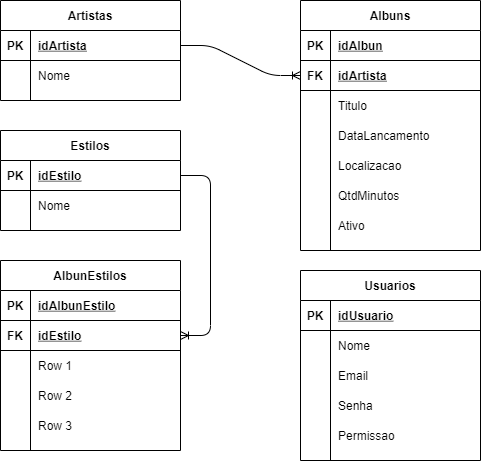
Earlier version of the draw.io export Spint_1-BancoDeDados/exercicios/1.4-exercicio-optus/01_modelagem_conceitual-logico-logico.png.png (Meuniki/Senai-Dev). Source tidied: cells renumbered, new cells last; positions are measured from the earlier drawing's top-left corner, leaving out a move shared by most shapes. The source it was exported from:
```xml
<mxGraphModel>
  <root>
    <mxCell id="0" />
    <mxCell id="1" parent="0" />
    <mxCell id="2" value="Artistas" style="shape=table;startSize=30;rowLines=0;fontStyle=1;align=center;" parent="1" vertex="1">
      <mxGeometry width="180" height="100" as="geometry" />
    </mxCell>
    <mxCell id="3" style="shape=partialRectangle;fillColor=none;top=0;left=0;bottom=1;right=0;points=[[0,0.5],[1,0.5]];portConstraint=eastwest;" parent="2" vertex="1">
      <mxGeometry y="30" width="180" height="30" as="geometry" />
    </mxCell>
    <mxCell id="4" value="PK" style="shape=partialRectangle;fillColor=none;top=0;left=0;bottom=0;right=0;fontStyle=1;overflow=hidden;" parent="3" vertex="1">
      <mxGeometry width="30" height="30" as="geometry" />
    </mxCell>
    <mxCell id="5" value="idArtista" style="shape=partialRectangle;fillColor=none;top=0;left=0;bottom=0;right=0;align=left;spacingLeft=6;fontStyle=5;overflow=hidden;" parent="3" vertex="1">
      <mxGeometry x="30" width="150" height="30" as="geometry" />
    </mxCell>
    <mxCell id="6" style="shape=partialRectangle;fillColor=none;top=0;left=0;bottom=0;right=0;" parent="2" vertex="1">
      <mxGeometry y="60" width="180" height="30" as="geometry" />
    </mxCell>
    <mxCell id="7" style="shape=partialRectangle;fillColor=none;top=0;left=0;bottom=0;right=0;overflow=hidden;" parent="6" vertex="1">
      <mxGeometry width="30" height="30" as="geometry" />
    </mxCell>
    <mxCell id="8" value="Nome" style="shape=partialRectangle;fillColor=none;top=0;left=0;bottom=0;right=0;align=left;spacingLeft=6;overflow=hidden;" parent="6" vertex="1">
      <mxGeometry x="30" width="150" height="30" as="geometry" />
    </mxCell>
    <mxCell id="9" value="AlbunEstilos" style="shape=table;startSize=30;rowLines=0;fontStyle=1;align=center;" parent="1" vertex="1">
      <mxGeometry y="260" width="180" height="190" as="geometry" />
    </mxCell>
    <mxCell id="10" style="shape=partialRectangle;fillColor=none;top=0;left=0;bottom=1;right=0;points=[[0,0.5],[1,0.5]];portConstraint=eastwest;" parent="9" vertex="1">
      <mxGeometry y="30" width="180" height="30" as="geometry" />
    </mxCell>
    <mxCell id="11" value="PK" style="shape=partialRectangle;fillColor=none;top=0;left=0;bottom=0;right=0;fontStyle=1;overflow=hidden;" parent="10" vertex="1">
      <mxGeometry width="30" height="30" as="geometry" />
    </mxCell>
    <mxCell id="12" value="idAlbunEstilo" style="shape=partialRectangle;fillColor=none;top=0;left=0;bottom=0;right=0;align=left;spacingLeft=6;fontStyle=5;overflow=hidden;" parent="10" vertex="1">
      <mxGeometry x="30" width="150" height="30" as="geometry" />
    </mxCell>
    <mxCell id="13" style="shape=partialRectangle;fillColor=none;top=0;left=0;bottom=1;right=0;points=[[0,0.5],[1,0.5]];portConstraint=eastwest;" parent="9" vertex="1">
      <mxGeometry y="60" width="180" height="30" as="geometry" />
    </mxCell>
    <mxCell id="14" value="FK" style="shape=partialRectangle;fillColor=none;top=0;left=0;bottom=0;right=0;fontStyle=1;overflow=hidden;" parent="13" vertex="1">
      <mxGeometry width="30" height="30" as="geometry" />
    </mxCell>
    <mxCell id="15" value="idEstilo" style="shape=partialRectangle;fillColor=none;top=0;left=0;bottom=0;right=0;align=left;spacingLeft=6;fontStyle=5;overflow=hidden;" parent="13" vertex="1">
      <mxGeometry x="30" width="150" height="30" as="geometry" />
    </mxCell>
    <mxCell id="16" style="shape=partialRectangle;fillColor=none;top=0;left=0;bottom=0;right=0;" parent="9" vertex="1">
      <mxGeometry y="90" width="180" height="30" as="geometry" />
    </mxCell>
    <mxCell id="17" style="shape=partialRectangle;fillColor=none;top=0;left=0;bottom=0;right=0;overflow=hidden;" parent="16" vertex="1">
      <mxGeometry width="30" height="30" as="geometry" />
    </mxCell>
    <mxCell id="18" value="Row 1" style="shape=partialRectangle;fillColor=none;top=0;left=0;bottom=0;right=0;align=left;spacingLeft=6;overflow=hidden;" parent="16" vertex="1">
      <mxGeometry x="30" width="150" height="30" as="geometry" />
    </mxCell>
    <mxCell id="19" style="shape=partialRectangle;fillColor=none;top=0;left=0;bottom=0;right=0;" parent="9" vertex="1">
      <mxGeometry y="120" width="180" height="30" as="geometry" />
    </mxCell>
    <mxCell id="20" style="shape=partialRectangle;fillColor=none;top=0;left=0;bottom=0;right=0;overflow=hidden;" parent="19" vertex="1">
      <mxGeometry width="30" height="30" as="geometry" />
    </mxCell>
    <mxCell id="21" value="Row 2" style="shape=partialRectangle;fillColor=none;top=0;left=0;bottom=0;right=0;align=left;spacingLeft=6;overflow=hidden;" parent="19" vertex="1">
      <mxGeometry x="30" width="150" height="30" as="geometry" />
    </mxCell>
    <mxCell id="22" style="shape=partialRectangle;fillColor=none;top=0;left=0;bottom=0;right=0;" parent="9" vertex="1">
      <mxGeometry y="150" width="180" height="30" as="geometry" />
    </mxCell>
    <mxCell id="23" style="shape=partialRectangle;fillColor=none;top=0;left=0;bottom=0;right=0;overflow=hidden;" parent="22" vertex="1">
      <mxGeometry width="30" height="30" as="geometry" />
    </mxCell>
    <mxCell id="24" value="Row 3" style="shape=partialRectangle;fillColor=none;top=0;left=0;bottom=0;right=0;align=left;spacingLeft=6;overflow=hidden;" parent="22" vertex="1">
      <mxGeometry x="30" width="150" height="30" as="geometry" />
    </mxCell>
    <mxCell id="25" value="Estilos" style="shape=table;startSize=30;rowLines=0;fontStyle=1;align=center;" parent="1" vertex="1">
      <mxGeometry y="130" width="180" height="100" as="geometry" />
    </mxCell>
    <mxCell id="26" style="shape=partialRectangle;fillColor=none;top=0;left=0;bottom=1;right=0;points=[[0,0.5],[1,0.5]];portConstraint=eastwest;" parent="25" vertex="1">
      <mxGeometry y="30" width="180" height="30" as="geometry" />
    </mxCell>
    <mxCell id="27" value="PK" style="shape=partialRectangle;fillColor=none;top=0;left=0;bottom=0;right=0;fontStyle=1;overflow=hidden;" parent="26" vertex="1">
      <mxGeometry width="30" height="30" as="geometry" />
    </mxCell>
    <mxCell id="28" value="idEstilo" style="shape=partialRectangle;fillColor=none;top=0;left=0;bottom=0;right=0;align=left;spacingLeft=6;fontStyle=5;overflow=hidden;" parent="26" vertex="1">
      <mxGeometry x="30" width="150" height="30" as="geometry" />
    </mxCell>
    <mxCell id="29" style="shape=partialRectangle;fillColor=none;top=0;left=0;bottom=0;right=0;" parent="25" vertex="1">
      <mxGeometry y="60" width="180" height="30" as="geometry" />
    </mxCell>
    <mxCell id="30" style="shape=partialRectangle;fillColor=none;top=0;left=0;bottom=0;right=0;overflow=hidden;" parent="29" vertex="1">
      <mxGeometry width="30" height="30" as="geometry" />
    </mxCell>
    <mxCell id="31" value="Nome" style="shape=partialRectangle;fillColor=none;top=0;left=0;bottom=0;right=0;align=left;spacingLeft=6;overflow=hidden;" parent="29" vertex="1">
      <mxGeometry x="30" width="150" height="30" as="geometry" />
    </mxCell>
    <mxCell id="32" style="edgeStyle=entityRelationEdgeStyle;fontSize=12;html=1;endArrow=ERoneToMany;" parent="1" edge="1" source="26" target="13">
      <mxGeometry relative="1" as="geometry" />
    </mxCell>
    <mxCell id="33" value="Albuns" style="shape=table;startSize=30;rowLines=0;fontStyle=1;align=center;" parent="1" vertex="1">
      <mxGeometry x="300" width="180" height="250" as="geometry" />
    </mxCell>
    <mxCell id="34" style="shape=partialRectangle;fillColor=none;top=0;left=0;bottom=1;right=0;points=[[0,0.5],[1,0.5]];portConstraint=eastwest;" parent="33" vertex="1">
      <mxGeometry y="30" width="180" height="30" as="geometry" />
    </mxCell>
    <mxCell id="35" value="PK" style="shape=partialRectangle;fillColor=none;top=0;left=0;bottom=0;right=0;fontStyle=1;overflow=hidden;" parent="34" vertex="1">
      <mxGeometry width="30" height="30" as="geometry" />
    </mxCell>
    <mxCell id="36" value="idAlbun" style="shape=partialRectangle;fillColor=none;top=0;left=0;bottom=0;right=0;align=left;spacingLeft=6;fontStyle=5;overflow=hidden;" parent="34" vertex="1">
      <mxGeometry x="30" width="150" height="30" as="geometry" />
    </mxCell>
    <mxCell id="37" style="shape=partialRectangle;fillColor=none;top=0;left=0;bottom=1;right=0;points=[[0,0.5],[1,0.5]];portConstraint=eastwest;" parent="33" vertex="1">
      <mxGeometry y="60" width="180" height="30" as="geometry" />
    </mxCell>
    <mxCell id="38" value="FK" style="shape=partialRectangle;fillColor=none;top=0;left=0;bottom=0;right=0;fontStyle=1;overflow=hidden;" parent="37" vertex="1">
      <mxGeometry width="30" height="30" as="geometry" />
    </mxCell>
    <mxCell id="39" value="idArtista" style="shape=partialRectangle;fillColor=none;top=0;left=0;bottom=0;right=0;align=left;spacingLeft=6;fontStyle=5;overflow=hidden;" parent="37" vertex="1">
      <mxGeometry x="30" width="150" height="30" as="geometry" />
    </mxCell>
    <mxCell id="40" style="shape=partialRectangle;fillColor=none;top=0;left=0;bottom=0;right=0;" parent="33" vertex="1">
      <mxGeometry y="90" width="180" height="30" as="geometry" />
    </mxCell>
    <mxCell id="41" style="shape=partialRectangle;fillColor=none;top=0;left=0;bottom=0;right=0;overflow=hidden;" parent="40" vertex="1">
      <mxGeometry width="30" height="30" as="geometry" />
    </mxCell>
    <mxCell id="42" value="Titulo" style="shape=partialRectangle;fillColor=none;top=0;left=0;bottom=0;right=0;align=left;spacingLeft=6;overflow=hidden;" parent="40" vertex="1">
      <mxGeometry x="30" width="150" height="30" as="geometry" />
    </mxCell>
    <mxCell id="43" style="shape=partialRectangle;fillColor=none;top=0;left=0;bottom=0;right=0;" parent="33" vertex="1">
      <mxGeometry y="120" width="180" height="30" as="geometry" />
    </mxCell>
    <mxCell id="44" style="shape=partialRectangle;fillColor=none;top=0;left=0;bottom=0;right=0;overflow=hidden;" parent="43" vertex="1">
      <mxGeometry width="30" height="30" as="geometry" />
    </mxCell>
    <mxCell id="45" value="DataLancamento" style="shape=partialRectangle;fillColor=none;top=0;left=0;bottom=0;right=0;align=left;spacingLeft=6;overflow=hidden;" parent="43" vertex="1">
      <mxGeometry x="30" width="150" height="30" as="geometry" />
    </mxCell>
    <mxCell id="46" style="shape=partialRectangle;fillColor=none;top=0;left=0;bottom=0;right=0;" parent="33" vertex="1">
      <mxGeometry y="150" width="180" height="30" as="geometry" />
    </mxCell>
    <mxCell id="47" style="shape=partialRectangle;fillColor=none;top=0;left=0;bottom=0;right=0;overflow=hidden;" parent="46" vertex="1">
      <mxGeometry width="30" height="30" as="geometry" />
    </mxCell>
    <mxCell id="48" value="Localizacao" style="shape=partialRectangle;fillColor=none;top=0;left=0;bottom=0;right=0;align=left;spacingLeft=6;overflow=hidden;" parent="46" vertex="1">
      <mxGeometry x="30" width="150" height="30" as="geometry" />
    </mxCell>
    <mxCell id="49" style="shape=partialRectangle;fillColor=none;top=0;left=0;bottom=0;right=0;" parent="33" vertex="1">
      <mxGeometry y="180" width="180" height="30" as="geometry" />
    </mxCell>
    <mxCell id="50" style="shape=partialRectangle;fillColor=none;top=0;left=0;bottom=0;right=0;overflow=hidden;" parent="49" vertex="1">
      <mxGeometry width="30" height="30" as="geometry" />
    </mxCell>
    <mxCell id="51" value="QtdMinutos" style="shape=partialRectangle;fillColor=none;top=0;left=0;bottom=0;right=0;align=left;spacingLeft=6;overflow=hidden;" parent="49" vertex="1">
      <mxGeometry x="30" width="150" height="30" as="geometry" />
    </mxCell>
    <mxCell id="52" style="shape=partialRectangle;fillColor=none;top=0;left=0;bottom=0;right=0;" parent="33" vertex="1">
      <mxGeometry y="210" width="180" height="30" as="geometry" />
    </mxCell>
    <mxCell id="53" style="shape=partialRectangle;fillColor=none;top=0;left=0;bottom=0;right=0;overflow=hidden;" parent="52" vertex="1">
      <mxGeometry width="30" height="30" as="geometry" />
    </mxCell>
    <mxCell id="54" value="Ativo" style="shape=partialRectangle;fillColor=none;top=0;left=0;bottom=0;right=0;align=left;spacingLeft=6;overflow=hidden;" parent="52" vertex="1">
      <mxGeometry x="30" width="150" height="30" as="geometry" />
    </mxCell>
    <mxCell id="55" value="Usuarios" style="shape=table;startSize=30;rowLines=0;fontStyle=1;align=center;" parent="1" vertex="1">
      <mxGeometry x="300" y="270" width="180" height="190" as="geometry" />
    </mxCell>
    <mxCell id="56" style="shape=partialRectangle;fillColor=none;top=0;left=0;bottom=1;right=0;" parent="55" vertex="1">
      <mxGeometry y="30" width="180" height="30" as="geometry" />
    </mxCell>
    <mxCell id="57" value="PK" style="shape=partialRectangle;fillColor=none;top=0;left=0;bottom=0;right=0;fontStyle=1;overflow=hidden;" parent="56" vertex="1">
      <mxGeometry width="30" height="30" as="geometry" />
    </mxCell>
    <mxCell id="58" value="idUsuario" style="shape=partialRectangle;fillColor=none;top=0;left=0;bottom=0;right=0;align=left;spacingLeft=6;fontStyle=5;overflow=hidden;" parent="56" vertex="1">
      <mxGeometry x="30" width="150" height="30" as="geometry" />
    </mxCell>
    <mxCell id="59" style="shape=partialRectangle;fillColor=none;top=0;left=0;bottom=0;right=0;" parent="55" vertex="1">
      <mxGeometry y="60" width="180" height="30" as="geometry" />
    </mxCell>
    <mxCell id="60" style="shape=partialRectangle;fillColor=none;top=0;left=0;bottom=0;right=0;overflow=hidden;" parent="59" vertex="1">
      <mxGeometry width="30" height="30" as="geometry" />
    </mxCell>
    <mxCell id="61" value="Nome" style="shape=partialRectangle;fillColor=none;top=0;left=0;bottom=0;right=0;align=left;spacingLeft=6;overflow=hidden;" parent="59" vertex="1">
      <mxGeometry x="30" width="150" height="30" as="geometry" />
    </mxCell>
    <mxCell id="62" style="shape=partialRectangle;fillColor=none;top=0;left=0;bottom=0;right=0;" parent="55" vertex="1">
      <mxGeometry y="90" width="180" height="30" as="geometry" />
    </mxCell>
    <mxCell id="63" style="shape=partialRectangle;fillColor=none;top=0;left=0;bottom=0;right=0;overflow=hidden;" parent="62" vertex="1">
      <mxGeometry width="30" height="30" as="geometry" />
    </mxCell>
    <mxCell id="64" value="Email" style="shape=partialRectangle;fillColor=none;top=0;left=0;bottom=0;right=0;align=left;spacingLeft=6;overflow=hidden;" parent="62" vertex="1">
      <mxGeometry x="30" width="150" height="30" as="geometry" />
    </mxCell>
    <mxCell id="65" style="shape=partialRectangle;fillColor=none;top=0;left=0;bottom=0;right=0;" parent="55" vertex="1">
      <mxGeometry y="120" width="180" height="30" as="geometry" />
    </mxCell>
    <mxCell id="66" style="shape=partialRectangle;fillColor=none;top=0;left=0;bottom=0;right=0;overflow=hidden;" parent="65" vertex="1">
      <mxGeometry width="30" height="30" as="geometry" />
    </mxCell>
    <mxCell id="67" value="Senha" style="shape=partialRectangle;fillColor=none;top=0;left=0;bottom=0;right=0;align=left;spacingLeft=6;overflow=hidden;" parent="65" vertex="1">
      <mxGeometry x="30" width="150" height="30" as="geometry" />
    </mxCell>
    <mxCell id="68" style="shape=partialRectangle;fillColor=none;top=0;left=0;bottom=0;right=0;" parent="55" vertex="1">
      <mxGeometry y="150" width="180" height="30" as="geometry" />
    </mxCell>
    <mxCell id="69" style="shape=partialRectangle;fillColor=none;top=0;left=0;bottom=0;right=0;overflow=hidden;" parent="68" vertex="1">
      <mxGeometry width="30" height="30" as="geometry" />
    </mxCell>
    <mxCell id="70" value="Permissao" style="shape=partialRectangle;fillColor=none;top=0;left=0;bottom=0;right=0;align=left;spacingLeft=6;overflow=hidden;" parent="68" vertex="1">
      <mxGeometry x="30" width="150" height="30" as="geometry" />
    </mxCell>
    <mxCell id="71" style="edgeStyle=entityRelationEdgeStyle;fontSize=12;html=1;endArrow=ERoneToMany;" parent="1" edge="1" source="3" target="37">
      <mxGeometry relative="1" as="geometry" />
    </mxCell>
  </root>
</mxGraphModel>
```
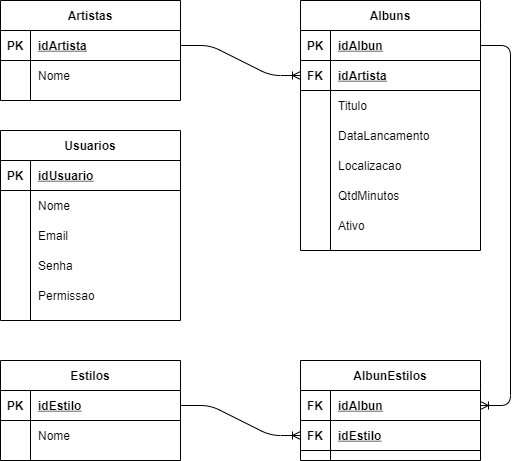
After the commit.

The edit, as a diff of the source:
```diff
@@ -3,7 +3,7 @@
     <mxCell id="0" />
     <mxCell id="1" parent="0" />
     <mxCell id="2" value="Artistas" style="shape=table;startSize=30;rowLines=0;fontStyle=1;align=center;" parent="1" vertex="1">
-      <mxGeometry width="180" height="100" as="geometry" />
+      <mxGeometry x="-140" y="-60" width="180" height="100" as="geometry" />
     </mxCell>
     <mxCell id="3" style="shape=partialRectangle;fillColor=none;top=0;left=0;bottom=1;right=0;points=[[0,0.5],[1,0.5]];portConstraint=eastwest;" parent="2" vertex="1">
       <mxGeometry y="30" width="180" height="30" as="geometry" />
@@ -24,15 +24,15 @@
       <mxGeometry x="30" width="150" height="30" as="geometry" />
     </mxCell>
     <mxCell id="9" value="AlbunEstilos" style="shape=table;startSize=30;rowLines=0;fontStyle=1;align=center;" parent="1" vertex="1">
-      <mxGeometry y="260" width="180" height="190" as="geometry" />
+      <mxGeometry x="160" y="300" width="180" height="100" as="geometry" />
     </mxCell>
     <mxCell id="10" style="shape=partialRectangle;fillColor=none;top=0;left=0;bottom=1;right=0;points=[[0,0.5],[1,0.5]];portConstraint=eastwest;" parent="9" vertex="1">
       <mxGeometry y="30" width="180" height="30" as="geometry" />
     </mxCell>
-    <mxCell id="11" value="PK" style="shape=partialRectangle;fillColor=none;top=0;left=0;bottom=0;right=0;fontStyle=1;overflow=hidden;" parent="10" vertex="1">
+    <mxCell id="11" value="FK" style="shape=partialRectangle;fillColor=none;top=0;left=0;bottom=0;right=0;fontStyle=1;overflow=hidden;" parent="10" vertex="1">
       <mxGeometry width="30" height="30" as="geometry" />
     </mxCell>
-    <mxCell id="12" value="idAlbunEstilo" style="shape=partialRectangle;fillColor=none;top=0;left=0;bottom=0;right=0;align=left;spacingLeft=6;fontStyle=5;overflow=hidden;" parent="10" vertex="1">
+    <mxCell id="12" value="idAlbun" style="shape=partialRectangle;fillColor=none;top=0;left=0;bottom=0;right=0;align=left;spacingLeft=6;fontStyle=5;overflow=hidden;" parent="10" vertex="1">
       <mxGeometry x="30" width="150" height="30" as="geometry" />
     </mxCell>
     <mxCell id="13" style="shape=partialRectangle;fillColor=none;top=0;left=0;bottom=1;right=0;points=[[0,0.5],[1,0.5]];portConstraint=eastwest;" parent="9" vertex="1">
@@ -44,35 +44,8 @@
     <mxCell id="15" value="idEstilo" style="shape=partialRectangle;fillColor=none;top=0;left=0;bottom=0;right=0;align=left;spacingLeft=6;fontStyle=5;overflow=hidden;" parent="13" vertex="1">
       <mxGeometry x="30" width="150" height="30" as="geometry" />
     </mxCell>
-    <mxCell id="16" style="shape=partialRectangle;fillColor=none;top=0;left=0;bottom=0;right=0;" parent="9" vertex="1">
-      <mxGeometry y="90" width="180" height="30" as="geometry" />
-    </mxCell>
-    <mxCell id="17" style="shape=partialRectangle;fillColor=none;top=0;left=0;bottom=0;right=0;overflow=hidden;" parent="16" vertex="1">
-      <mxGeometry width="30" height="30" as="geometry" />
-    </mxCell>
-    <mxCell id="18" value="Row 1" style="shape=partialRectangle;fillColor=none;top=0;left=0;bottom=0;right=0;align=left;spacingLeft=6;overflow=hidden;" parent="16" vertex="1">
-      <mxGeometry x="30" width="150" height="30" as="geometry" />
-    </mxCell>
-    <mxCell id="19" style="shape=partialRectangle;fillColor=none;top=0;left=0;bottom=0;right=0;" parent="9" vertex="1">
-      <mxGeometry y="120" width="180" height="30" as="geometry" />
-    </mxCell>
-    <mxCell id="20" style="shape=partialRectangle;fillColor=none;top=0;left=0;bottom=0;right=0;overflow=hidden;" parent="19" vertex="1">
-      <mxGeometry width="30" height="30" as="geometry" />
-    </mxCell>
-    <mxCell id="21" value="Row 2" style="shape=partialRectangle;fillColor=none;top=0;left=0;bottom=0;right=0;align=left;spacingLeft=6;overflow=hidden;" parent="19" vertex="1">
-      <mxGeometry x="30" width="150" height="30" as="geometry" />
-    </mxCell>
-    <mxCell id="22" style="shape=partialRectangle;fillColor=none;top=0;left=0;bottom=0;right=0;" parent="9" vertex="1">
-      <mxGeometry y="150" width="180" height="30" as="geometry" />
-    </mxCell>
-    <mxCell id="23" style="shape=partialRectangle;fillColor=none;top=0;left=0;bottom=0;right=0;overflow=hidden;" parent="22" vertex="1">
-      <mxGeometry width="30" height="30" as="geometry" />
-    </mxCell>
-    <mxCell id="24" value="Row 3" style="shape=partialRectangle;fillColor=none;top=0;left=0;bottom=0;right=0;align=left;spacingLeft=6;overflow=hidden;" parent="22" vertex="1">
-      <mxGeometry x="30" width="150" height="30" as="geometry" />
-    </mxCell>
     <mxCell id="25" value="Estilos" style="shape=table;startSize=30;rowLines=0;fontStyle=1;align=center;" parent="1" vertex="1">
-      <mxGeometry y="130" width="180" height="100" as="geometry" />
+      <mxGeometry x="-140" y="300" width="180" height="100" as="geometry" />
     </mxCell>
     <mxCell id="26" style="shape=partialRectangle;fillColor=none;top=0;left=0;bottom=1;right=0;points=[[0,0.5],[1,0.5]];portConstraint=eastwest;" parent="25" vertex="1">
       <mxGeometry y="30" width="180" height="30" as="geometry" />
@@ -96,7 +69,7 @@
       <mxGeometry relative="1" as="geometry" />
     </mxCell>
     <mxCell id="33" value="Albuns" style="shape=table;startSize=30;rowLines=0;fontStyle=1;align=center;" parent="1" vertex="1">
-      <mxGeometry x="300" width="180" height="250" as="geometry" />
+      <mxGeometry x="160" y="-60" width="180" height="250" as="geometry" />
     </mxCell>
     <mxCell id="34" style="shape=partialRectangle;fillColor=none;top=0;left=0;bottom=1;right=0;points=[[0,0.5],[1,0.5]];portConstraint=eastwest;" parent="33" vertex="1">
       <mxGeometry y="30" width="180" height="30" as="geometry" />
@@ -162,7 +135,7 @@
       <mxGeometry x="30" width="150" height="30" as="geometry" />
     </mxCell>
     <mxCell id="55" value="Usuarios" style="shape=table;startSize=30;rowLines=0;fontStyle=1;align=center;" parent="1" vertex="1">
-      <mxGeometry x="300" y="270" width="180" height="190" as="geometry" />
+      <mxGeometry x="-140" y="70" width="180" height="190" as="geometry" />
     </mxCell>
     <mxCell id="56" style="shape=partialRectangle;fillColor=none;top=0;left=0;bottom=1;right=0;" parent="55" vertex="1">
       <mxGeometry y="30" width="180" height="30" as="geometry" />
@@ -212,5 +185,8 @@
     <mxCell id="71" style="edgeStyle=entityRelationEdgeStyle;fontSize=12;html=1;endArrow=ERoneToMany;" parent="1" edge="1" source="3" target="37">
       <mxGeometry relative="1" as="geometry" />
     </mxCell>
+    <mxCell id="72" style="edgeStyle=entityRelationEdgeStyle;fontSize=12;html=1;endArrow=ERoneToMany;" parent="1" edge="1" source="34" target="10">
+      <mxGeometry relative="1" as="geometry" />
+    </mxCell>
   </root>
 </mxGraphModel>
```
